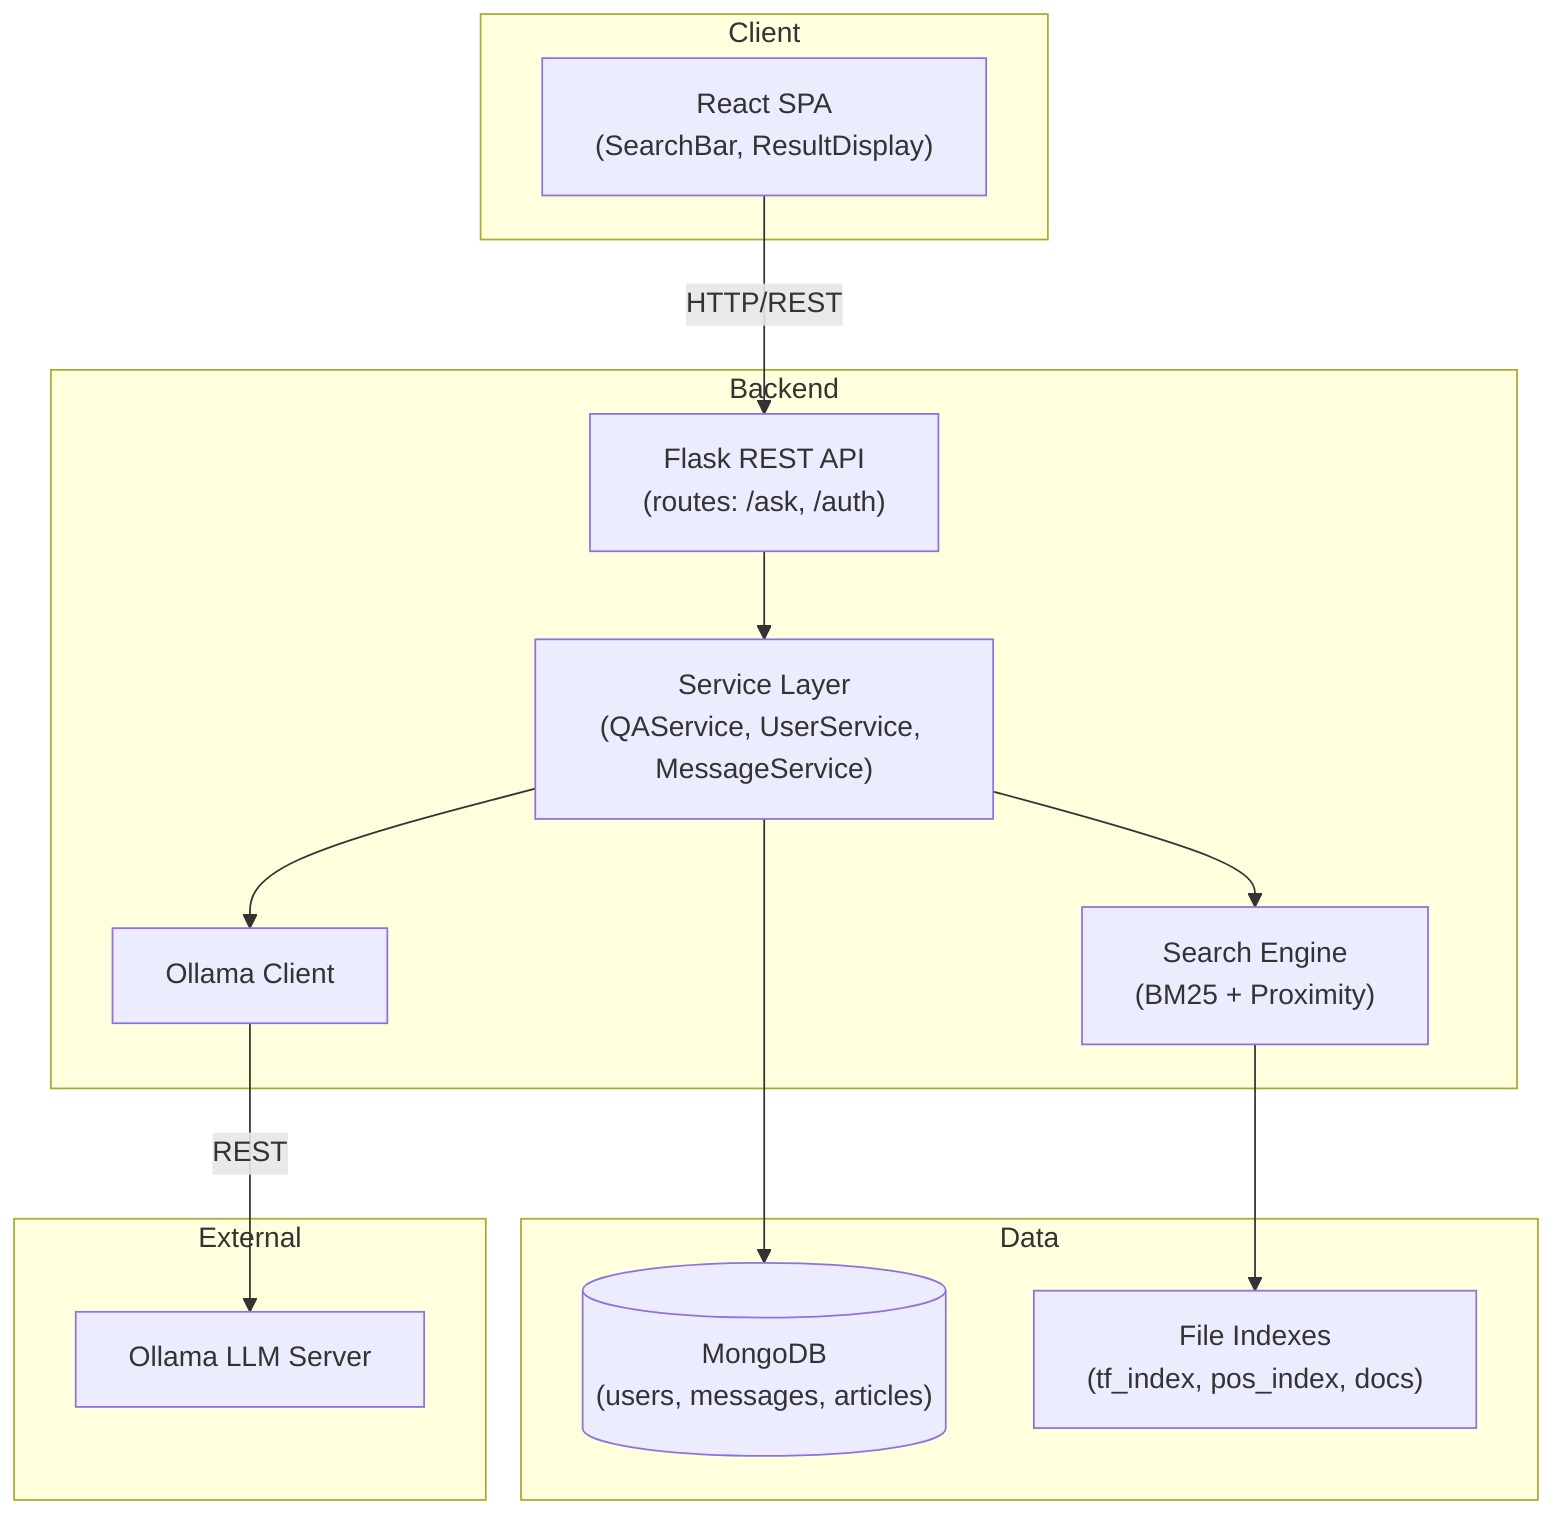
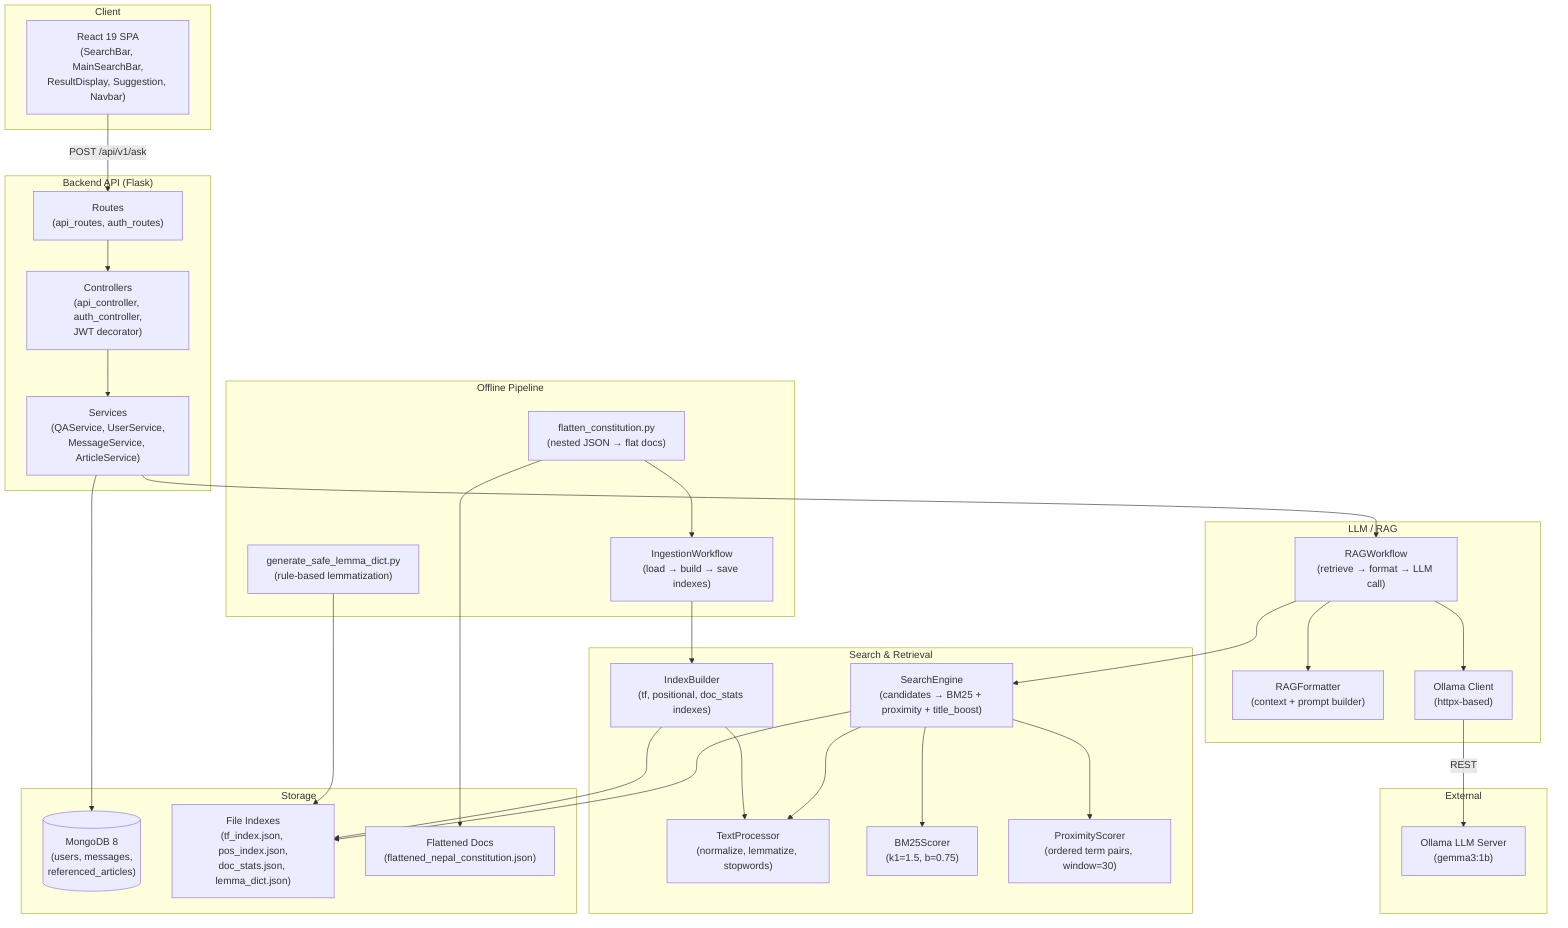
graph TD
    subgraph Client
-         ReactApp["React SPA<br/>(SearchBar, ResultDisplay)"]
+         ReactApp["React 19 SPA<br/>(SearchBar, MainSearchBar,<br/>ResultDisplay, Suggestion, Navbar)"]
    end

-     subgraph Backend
-         FlaskAPI["Flask REST API<br/>(routes: /ask, /auth)"]
-         Services["Service Layer<br/>(QAService, UserService, MessageService)"]
-         Engine["Search Engine<br/>(BM25 + Proximity)"]
-         LLMClient["Ollama Client"]
+     subgraph "Backend API (Flask)"
+         Routes["Routes<br/>(api_routes, auth_routes)"]
+         Controllers["Controllers<br/>(api_controller, auth_controller,<br/>JWT decorator)"]
+         Services["Services<br/>(QAService, UserService,<br/>MessageService, ArticleService)"]
    end

-     subgraph Data
-         MongoDB[("MongoDB<br/>(users, messages, articles)")]
-         FileIndex["File Indexes<br/>(tf_index, pos_index, docs)"]
+     subgraph "Search & Retrieval"
+         TextProc["TextProcessor<br/>(normalize, lemmatize, stopwords)"]
+         IndexBuilder["IndexBuilder<br/>(tf, positional, doc_stats indexes)"]
+         BM25Scorer["BM25Scorer<br/>(k1=1.5, b=0.75)"]
+         ProxScorer["ProximityScorer<br/>(ordered term pairs, window=30)"]
+         SearchEngine["SearchEngine<br/>(candidates → BM25 + proximity + title_boost)"]
+     end
+ 
+     subgraph "LLM / RAG"
+         RAGFormatter["RAGFormatter<br/>(context + prompt builder)"]
+         RAGWorkflow["RAGWorkflow<br/>(retrieve → format → LLM call)"]
+         OllamaClient["Ollama Client<br/>(httpx-based)"]
+     end
+ 
+     subgraph "Offline Pipeline"
+         Flatten["flatten_constitution.py<br/>(nested JSON → flat docs)"]
+         Ingestion["IngestionWorkflow<br/>(load → build → save indexes)"]
+         LemmaDict["generate_safe_lemma_dict.py<br/>(rule-based lemmatization)"]
+     end
+ 
+     subgraph Storage
+         MongoDB[("MongoDB 8<br/>(users, messages,<br/>referenced_articles)")]
+         IndexFiles["File Indexes<br/>(tf_index.json, pos_index.json,<br/>doc_stats.json, lemma_dict.json)"]
+         FlatDocs["Flattened Docs<br/>(flattened_nepal_constitution.json)"]
    end

    subgraph External
-         OllamaService["Ollama LLM Server"]
+         OllamaServer["Ollama LLM Server<br/>(gemma3:1b)"]
    end

-     ReactApp -->|HTTP/REST| FlaskAPI
-     FlaskAPI --> Services
+     ReactApp -->|POST /api/v1/ask| Routes
+     Routes --> Controllers
+     Controllers --> Services
    Services --> MongoDB
-     Services --> Engine
-     Services --> LLMClient
-     Engine --> FileIndex
-     LLMClient -->|REST| OllamaService+     Services --> RAGWorkflow
+     RAGWorkflow --> SearchEngine
+     RAGWorkflow --> RAGFormatter
+     RAGWorkflow --> OllamaClient
+     OllamaClient -->|REST| OllamaServer
+     SearchEngine --> BM25Scorer
+     SearchEngine --> ProxScorer
+     SearchEngine --> TextProc
+     SearchEngine --> IndexFiles
+     Flatten --> FlatDocs
+     Ingestion --> IndexBuilder
+     IndexBuilder --> IndexFiles
+     IndexBuilder --> TextProc
+     Flatten --> Ingestion
+     LemmaDict --> IndexFiles
